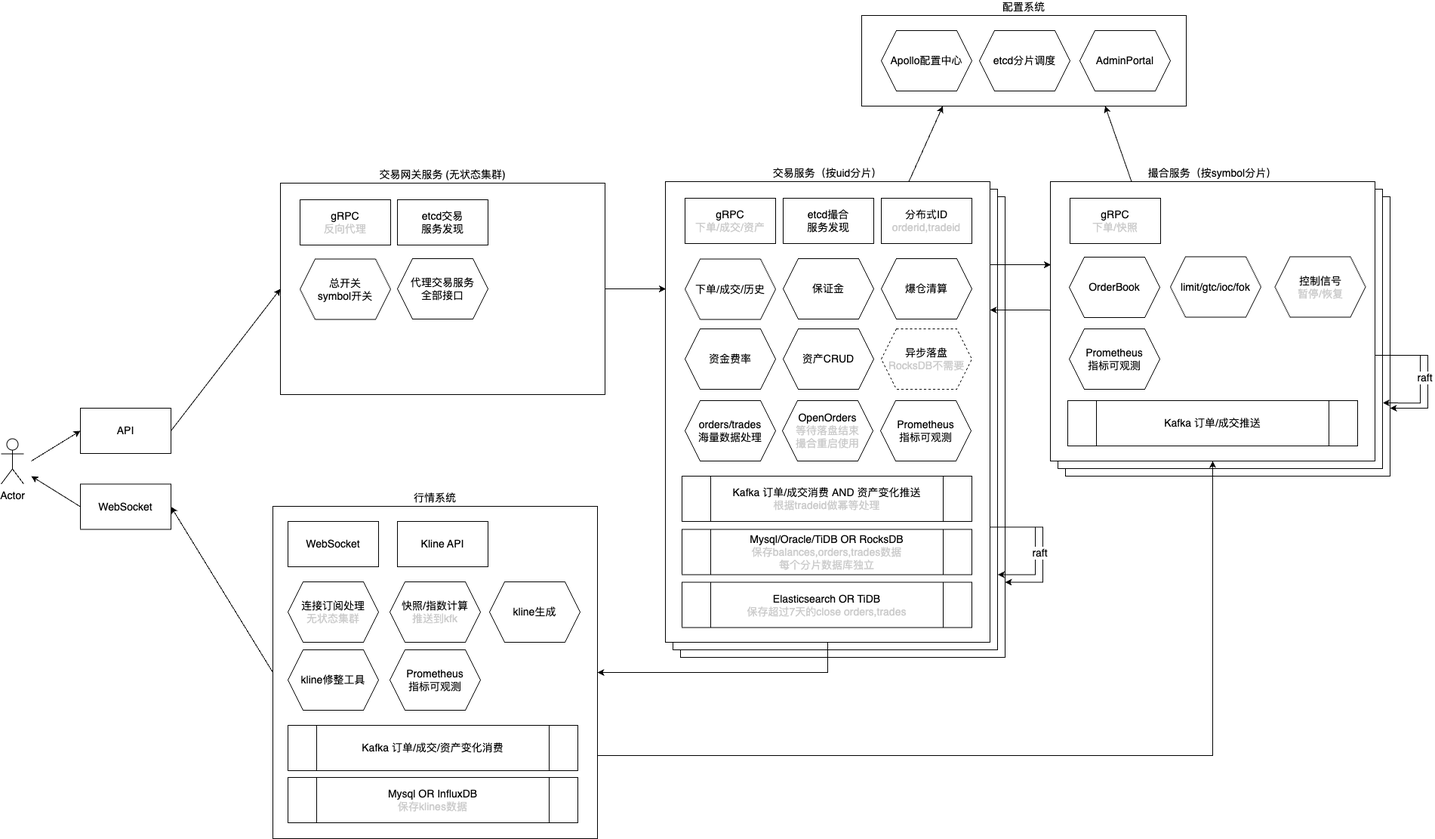
jacktop/CryptocurrencyExchangeTechnology keeps this draw.io diagram as images/撮合与交易系统架构设计.drawio.png. Above is the earlier version. Source tidied: cells renumbered, new cells last; positions are measured from the earlier drawing's top-left corner, leaving out a move shared by most shapes.
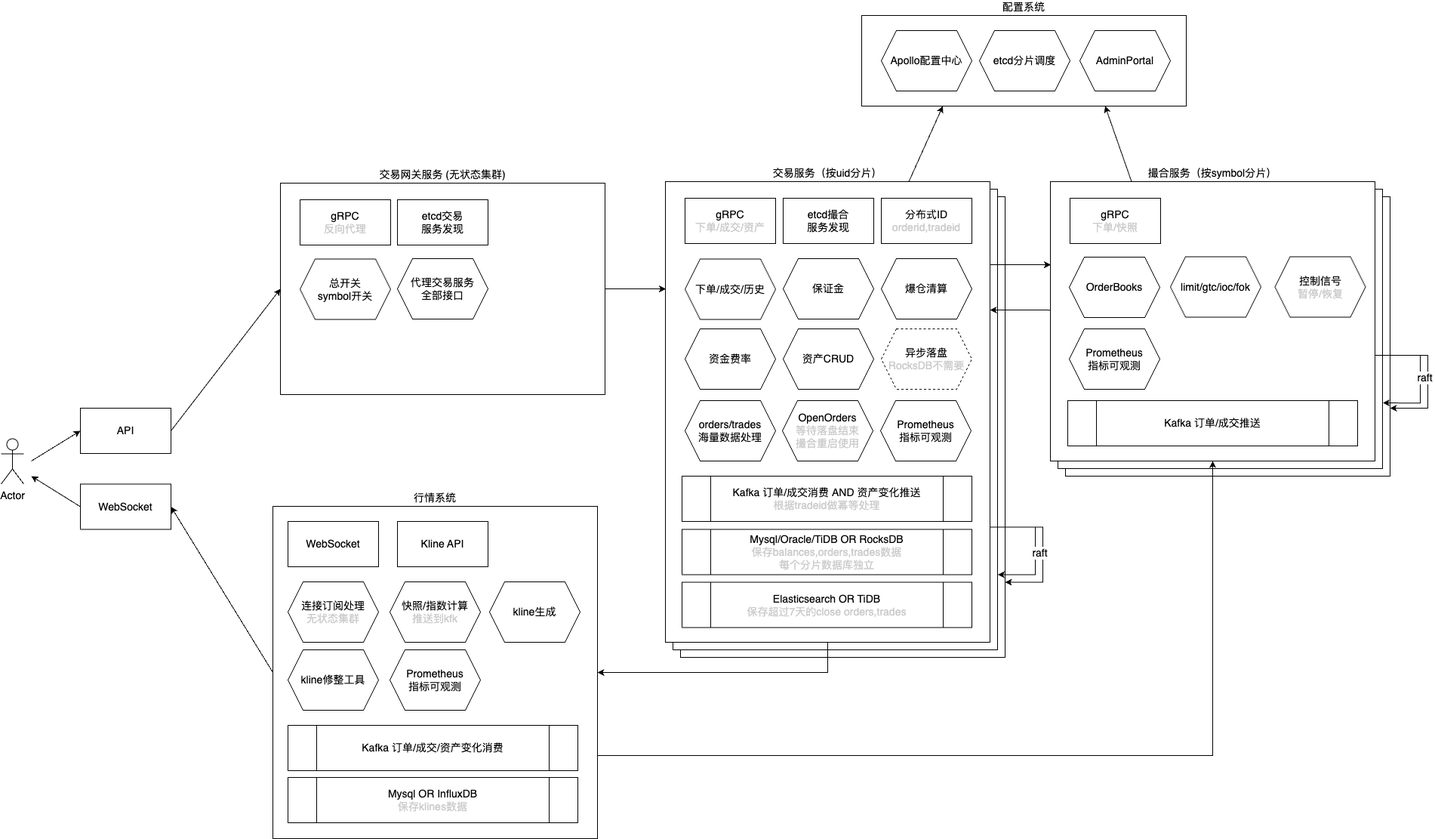
After the commit.

The edit, as a diff of the source:
```diff
@@ -44,7 +44,7 @@
     <mxCell id="15" value="gRPC&lt;br&gt;&lt;font color=&quot;#cccccc&quot;&gt;下单/快照&lt;/font&gt;" style="rounded=0;whiteSpace=wrap;html=1;fontSize=14;" parent="1" vertex="1">
       <mxGeometry x="1416" y="242" width="120" height="60" as="geometry" />
     </mxCell>
-    <mxCell id="16" value="OrderBook" style="shape=hexagon;perimeter=hexagonPerimeter2;whiteSpace=wrap;html=1;fixedSize=1;fontSize=14;" parent="1" vertex="1">
+    <mxCell id="16" value="OrderBooks" style="shape=hexagon;perimeter=hexagonPerimeter2;whiteSpace=wrap;html=1;fixedSize=1;fontSize=14;" parent="1" vertex="1">
       <mxGeometry x="1415" y="320" width="120" height="80" as="geometry" />
     </mxCell>
     <mxCell id="17" value="Actor" style="shape=umlActor;verticalLabelPosition=bottom;verticalAlign=top;html=1;rounded=0;shadow=0;sketch=0;strokeColor=default;fontSize=14;fillColor=none;" parent="1" vertex="1">
```
